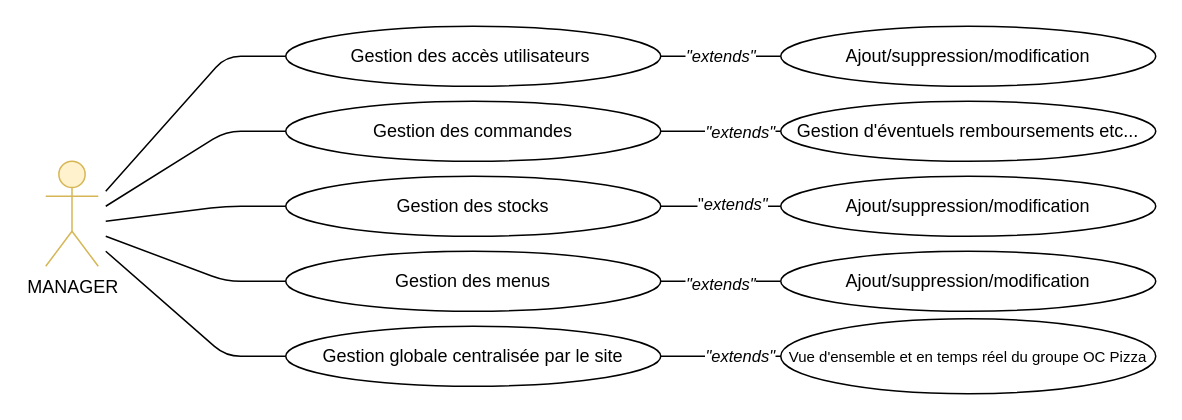
This is Manager.drawio from OMorlotti/P4-analyser-les-besoin-de-mon-client-pour-son-groupe-de-pizzerias, a draw.io file, before an edit. Source tidied: cells renumbered, new cells numbered last; positions are measured from the earlier drawing's top-left corner, leaving out a move shared by most shapes. Both pictures are drawn from the tidied source at 150%, with x=0, y=0 at pixel (45, 26).
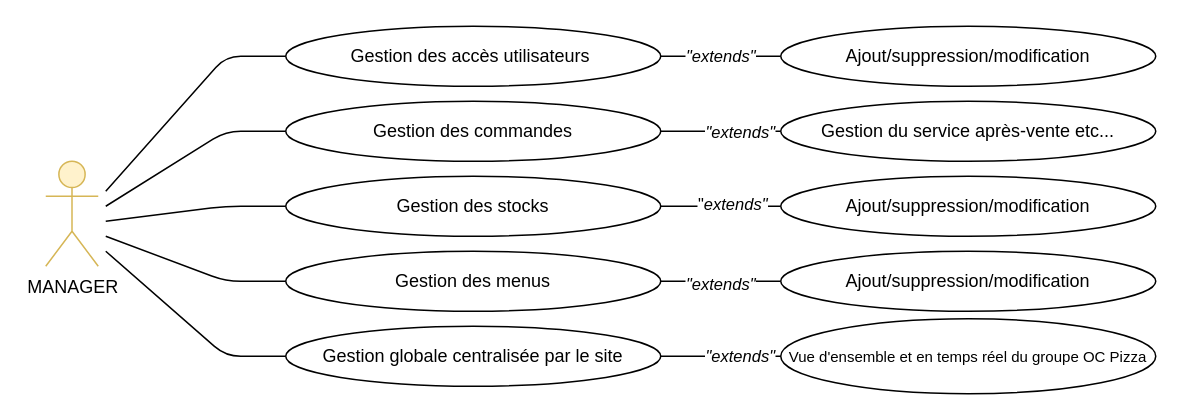
The same page after the edit.

Change to the diagram source:
```diff
@@
-    <mxCell id="14" value="Gestion d'éventuels remboursements etc..." style="ellipse;whiteSpace=wrap;html=1;" parent="1" vertex="1">
+    <mxCell id="14" value="Gestion du service après-vente etc..." style="ellipse;whiteSpace=wrap;html=1;" parent="1" vertex="1">
       <mxGeometry x="490" y="50" width="250" height="40" as="geometry" />
     </mxCell>
```
